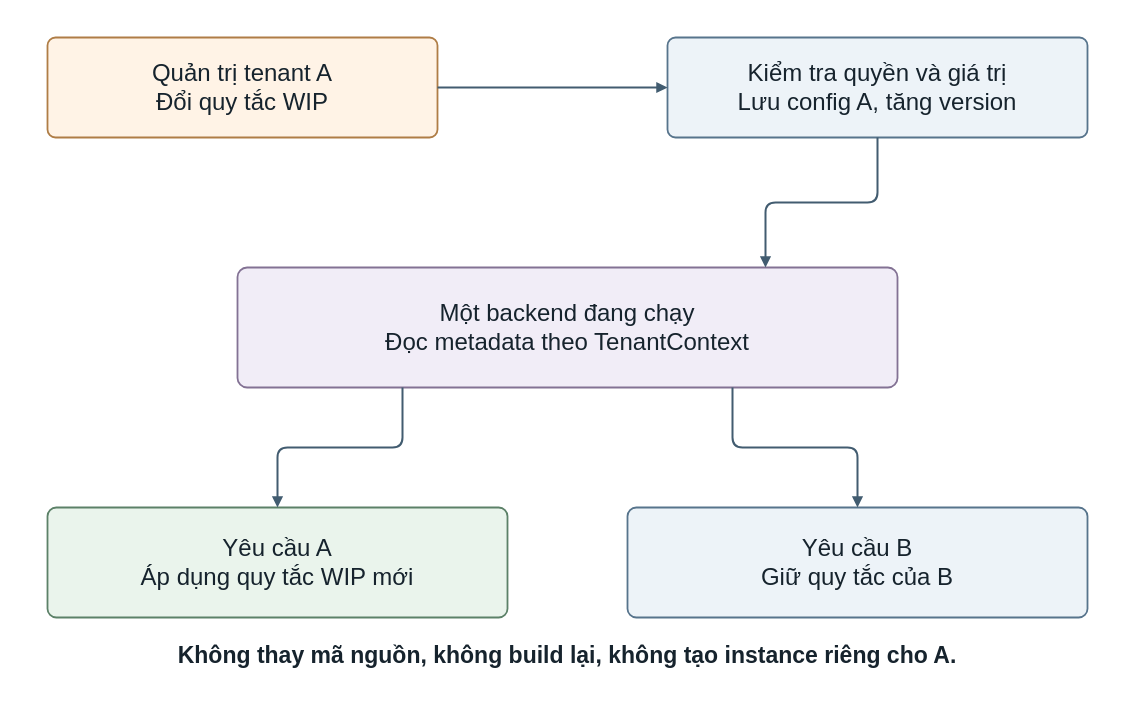
Earlier version of the draw.io diagram output/report-theo-dany/figures/drawio/hinh_3_5_metadata.drawio (Hungcb123/NCKH-Hung). Source tidied: cells renumbered, new cells numbered last; positions are measured from the earlier drawing's top-left corner, leaving out a move shared by most shapes. Both pictures are drawn from the tidied source at 100%, with x=0, y=0 at pixel (17, 17).
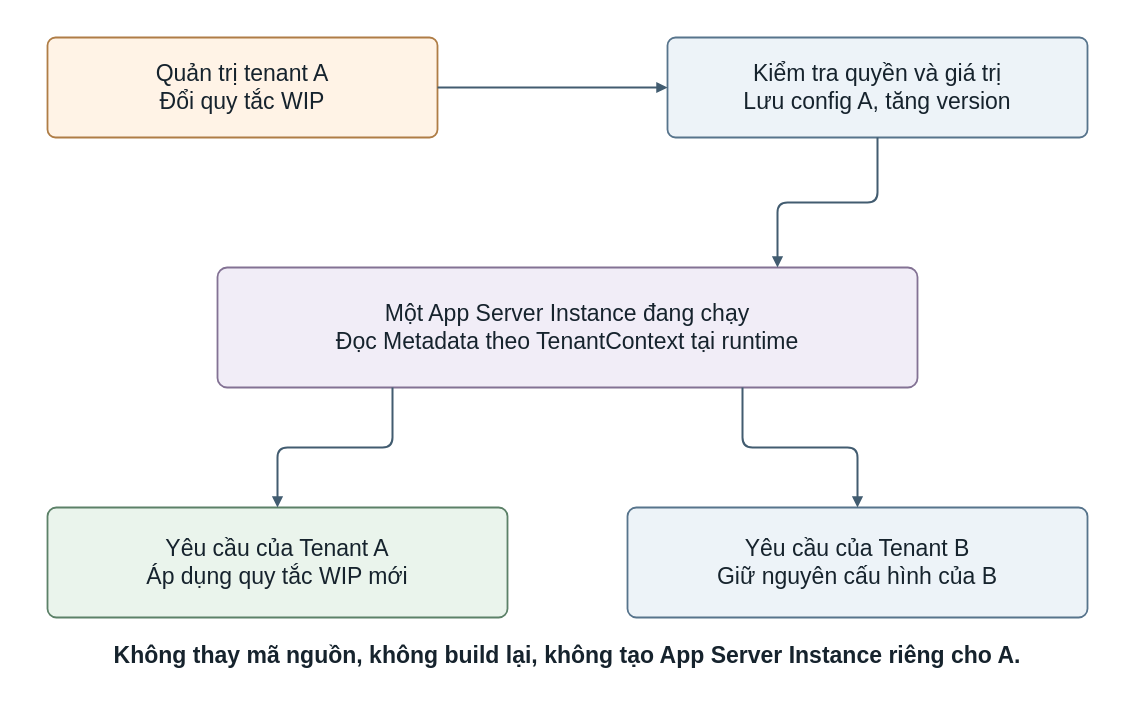
The same page after the edit.

Diff of the diagram source:
```diff
@@
 <mxGraphModel background="#ffffff">
   <root>
     <mxCell id="0" />
     <mxCell id="1" parent="0" />
     <mxCell id="2" style="html=1;whiteSpace=wrap;fontFamily=Arial;fontColor=#16232D;fontSize=24;spacing=10;align=center;verticalAlign=middle;fillColor=none;strokeColor=none;" parent="1" vertex="1">
       <mxGeometry width="1100" height="680" as="geometry" />
     </mxCell>
-    <mxCell id="3" value="Quản trị tenant A&#10;Đổi quy tắc WIP" style="html=1;whiteSpace=wrap;fontFamily=Arial;fontColor=#16232D;fontSize=24;spacing=10;align=center;verticalAlign=middle;rounded=1;arcSize=8;fillColor=#FFF3E6;strokeColor=#AF7D46;strokeWidth=1.8;" parent="1" vertex="1">
+    <mxCell id="3" value="Quản trị tenant A&#10;Đổi quy tắc WIP" style="html=1;whiteSpace=wrap;fontFamily=Arial;fontColor=#16232D;fontSize=24;spacing=10;align=center;verticalAlign=middle;rounded=1;arcSize=8;fontSize=23;fillColor=#FFF3E6;strokeColor=#AF7D46;strokeWidth=1.8;" parent="1" vertex="1">
       <mxGeometry x="30" y="20" width="390" height="100" as="geometry" />
     </mxCell>
-    <mxCell id="4" value="Kiểm tra quyền và giá trị&#10;Lưu config A, tăng version" style="html=1;whiteSpace=wrap;fontFamily=Arial;fontColor=#16232D;fontSize=24;spacing=10;align=center;verticalAlign=middle;rounded=1;arcSize=8;fillColor=#EDF3F8;strokeColor=#57748C;strokeWidth=1.8;" parent="1" vertex="1">
+    <mxCell id="4" value="Kiểm tra quyền và giá trị&#10;Lưu config A, tăng version" style="html=1;whiteSpace=wrap;fontFamily=Arial;fontColor=#16232D;fontSize=24;spacing=10;align=center;verticalAlign=middle;rounded=1;arcSize=8;fontSize=23;fillColor=#EDF3F8;strokeColor=#57748C;strokeWidth=1.8;" parent="1" vertex="1">
       <mxGeometry x="650" y="20" width="420" height="100" as="geometry" />
     </mxCell>
-    <mxCell id="5" style="edgeStyle=orthogonalEdgeStyle;rounded=1;jettySize=auto;html=1;fontFamily=Arial;fontSize=21;fontColor=#16232D;labelBackgroundColor=#FFFFFF;strokeColor=#425C70;strokeWidth=2;endArrow=block;endFill=1;exitX=1;exitY=0.5;entryX=0;entryY=0.5;" parent="1" edge="1" source="3" target="4">
+    <mxCell id="5" style="edgeStyle=orthogonalEdgeStyle;rounded=1;jettySize=auto;html=1;fontFamily=Arial;fontSize=20;fontColor=#16232D;labelBackgroundColor=#FFFFFF;strokeColor=#425C70;strokeWidth=2;endArrow=block;endFill=1;exitX=1;exitY=0.5;entryX=0;entryY=0.5;" parent="1" edge="1" source="3" target="4">
       <mxGeometry relative="1" as="geometry" />
     </mxCell>
-    <mxCell id="6" value="Một backend đang chạy&#10;Đọc metadata theo TenantContext" style="html=1;whiteSpace=wrap;fontFamily=Arial;fontColor=#16232D;fontSize=24;spacing=10;align=center;verticalAlign=middle;rounded=1;arcSize=8;fillColor=#F1EDF7;strokeColor=#837294;strokeWidth=1.8;" parent="1" vertex="1">
-      <mxGeometry x="220" y="250" width="660" height="120" as="geometry" />
+    <mxCell id="6" value="Một App Server Instance đang chạy&#10;Đọc Metadata theo TenantContext tại runtime" style="html=1;whiteSpace=wrap;fontFamily=Arial;fontColor=#16232D;fontSize=24;spacing=10;align=center;verticalAlign=middle;rounded=1;arcSize=8;fontSize=23;fillColor=#F1EDF7;strokeColor=#837294;strokeWidth=1.8;" parent="1" vertex="1">
+      <mxGeometry x="200" y="250" width="700" height="120" as="geometry" />
     </mxCell>
-    <mxCell id="7" style="edgeStyle=orthogonalEdgeStyle;rounded=1;jettySize=auto;html=1;fontFamily=Arial;fontSize=21;fontColor=#16232D;labelBackgroundColor=#FFFFFF;strokeColor=#425C70;strokeWidth=2;endArrow=block;endFill=1;exitX=0.5;exitY=1;entryX=0.8;entryY=0;" parent="1" edge="1" source="4" target="6">
+    <mxCell id="7" style="edgeStyle=orthogonalEdgeStyle;rounded=1;jettySize=auto;html=1;fontFamily=Arial;fontSize=20;fontColor=#16232D;labelBackgroundColor=#FFFFFF;strokeColor=#425C70;strokeWidth=2;endArrow=block;endFill=1;exitX=0.5;exitY=1;entryX=0.8;entryY=0;" parent="1" edge="1" source="4" target="6">
       <mxGeometry relative="1" as="geometry" />
     </mxCell>
-    <mxCell id="8" value="Yêu cầu A&#10;Áp dụng quy tắc WIP mới" style="html=1;whiteSpace=wrap;fontFamily=Arial;fontColor=#16232D;fontSize=24;spacing=10;align=center;verticalAlign=middle;rounded=1;arcSize=8;fillColor=#EAF4EC;strokeColor=#5C8168;strokeWidth=1.8;" parent="1" vertex="1">
+    <mxCell id="8" value="Yêu cầu của Tenant A&#10;Áp dụng quy tắc WIP mới" style="html=1;whiteSpace=wrap;fontFamily=Arial;fontColor=#16232D;fontSize=24;spacing=10;align=center;verticalAlign=middle;rounded=1;arcSize=8;fontSize=23;fillColor=#EAF4EC;strokeColor=#5C8168;strokeWidth=1.8;" parent="1" vertex="1">
       <mxGeometry x="30" y="490" width="460" height="110" as="geometry" />
     </mxCell>
-    <mxCell id="9" value="Yêu cầu B&#10;Giữ quy tắc của B" style="html=1;whiteSpace=wrap;fontFamily=Arial;fontColor=#16232D;fontSize=24;spacing=10;align=center;verticalAlign=middle;rounded=1;arcSize=8;fillColor=#EDF3F8;strokeColor=#57748C;strokeWidth=1.8;" parent="1" vertex="1">
+    <mxCell id="9" value="Yêu cầu của Tenant B&#10;Giữ nguyên cấu hình của B" style="html=1;whiteSpace=wrap;fontFamily=Arial;fontColor=#16232D;fontSize=24;spacing=10;align=center;verticalAlign=middle;rounded=1;arcSize=8;fontSize=23;fillColor=#EDF3F8;strokeColor=#57748C;strokeWidth=1.8;" parent="1" vertex="1">
       <mxGeometry x="610" y="490" width="460" height="110" as="geometry" />
     </mxCell>
-    <mxCell id="10" style="edgeStyle=orthogonalEdgeStyle;rounded=1;jettySize=auto;html=1;fontFamily=Arial;fontSize=21;fontColor=#16232D;labelBackgroundColor=#FFFFFF;strokeColor=#425C70;strokeWidth=2;endArrow=block;endFill=1;exitX=0.25;exitY=1;entryX=0.5;entryY=0;" parent="1" edge="1" source="6" target="8">
+    <mxCell id="10" style="edgeStyle=orthogonalEdgeStyle;rounded=1;jettySize=auto;html=1;fontFamily=Arial;fontSize=20;fontColor=#16232D;labelBackgroundColor=#FFFFFF;strokeColor=#425C70;strokeWidth=2;endArrow=block;endFill=1;exitX=0.25;exitY=1;entryX=0.5;entryY=0;" parent="1" edge="1" source="6" target="8">
       <mxGeometry relative="1" as="geometry" />
     </mxCell>
-    <mxCell id="11" style="edgeStyle=orthogonalEdgeStyle;rounded=1;jettySize=auto;html=1;fontFamily=Arial;fontSize=21;fontColor=#16232D;labelBackgroundColor=#FFFFFF;strokeColor=#425C70;strokeWidth=2;endArrow=block;endFill=1;exitX=0.75;exitY=1;entryX=0.5;entryY=0;" parent="1" edge="1" source="6" target="9">
+    <mxCell id="11" style="edgeStyle=orthogonalEdgeStyle;rounded=1;jettySize=auto;html=1;fontFamily=Arial;fontSize=20;fontColor=#16232D;labelBackgroundColor=#FFFFFF;strokeColor=#425C70;strokeWidth=2;endArrow=block;endFill=1;exitX=0.75;exitY=1;entryX=0.5;entryY=0;" parent="1" edge="1" source="6" target="9">
       <mxGeometry relative="1" as="geometry" />
     </mxCell>
-    <mxCell id="12" value="Không thay mã nguồn, không build lại, không tạo instance riêng cho A." style="html=1;whiteSpace=wrap;fontFamily=Arial;fontColor=#16232D;fontSize=24;spacing=10;align=center;verticalAlign=middle;text;strokeColor=none;fillColor=none;fontSize=23;fontStyle=1;align=center;spacing=0;" parent="1" vertex="1">
+    <mxCell id="12" value="Không thay mã nguồn, không build lại, không tạo App Server Instance riêng cho A." style="html=1;whiteSpace=wrap;fontFamily=Arial;fontColor=#16232D;fontSize=24;spacing=10;align=center;verticalAlign=middle;text;strokeColor=none;fillColor=none;fontSize=23;fontStyle=1;align=center;spacing=0;" parent="1" vertex="1">
       <mxGeometry x="35" y="620" width="1030" height="45" as="geometry" />
     </mxCell>
   </root>
 </mxGraphModel>
```
